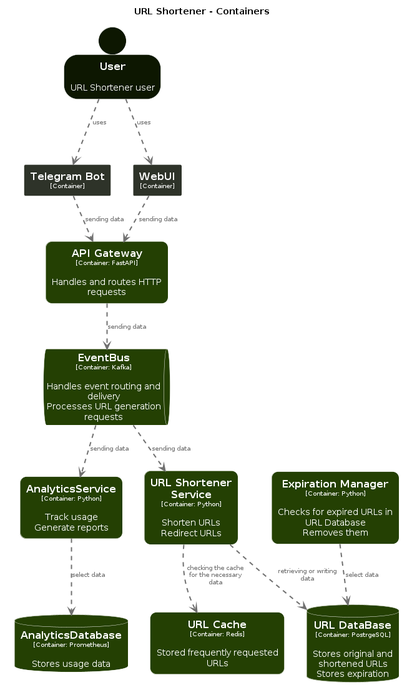
Above: architecture/diagrams/structurizr-Container-001.png in neojelll/url-shortener (PlantUML), before the change.
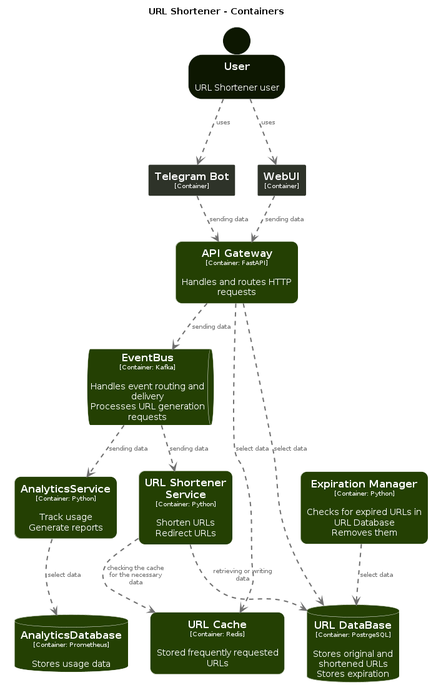
The same diagram one commit later.

Commit message:
chores(C4 diagrams): Update Structurizr diagrams

Change to the diagram source:
```diff
@@ -110,6 +110,8 @@
 URLShortener.TelegramBot .[#707070,thickness=2].> URLShortener.APIGateway : "<color:#707070>sending data"
 URLShortener.WebUI .[#707070,thickness=2].> URLShortener.APIGateway : "<color:#707070>sending data"
 URLShortener.APIGateway .[#707070,thickness=2].> URLShortener.EventBus : "<color:#707070>sending data"
+URLShortener.APIGateway .[#707070,thickness=2].> URLShortener.URLDataBase : "<color:#707070>select data"
+URLShortener.APIGateway .[#707070,thickness=2].> URLShortener.URLCache : "<color:#707070>select data"
 URLShortener.EventBus .[#707070,thickness=2].> URLShortener.AnalyticsService : "<color:#707070>sending data"
 URLShortener.EventBus .[#707070,thickness=2].> URLShortener.URLShortenerService : "<color:#707070>sending data"
 URLShortener.AnalyticsService .[#707070,thickness=2].> URLShortener.AnalyticsDatabase : "<color:#707070>select data"
```
